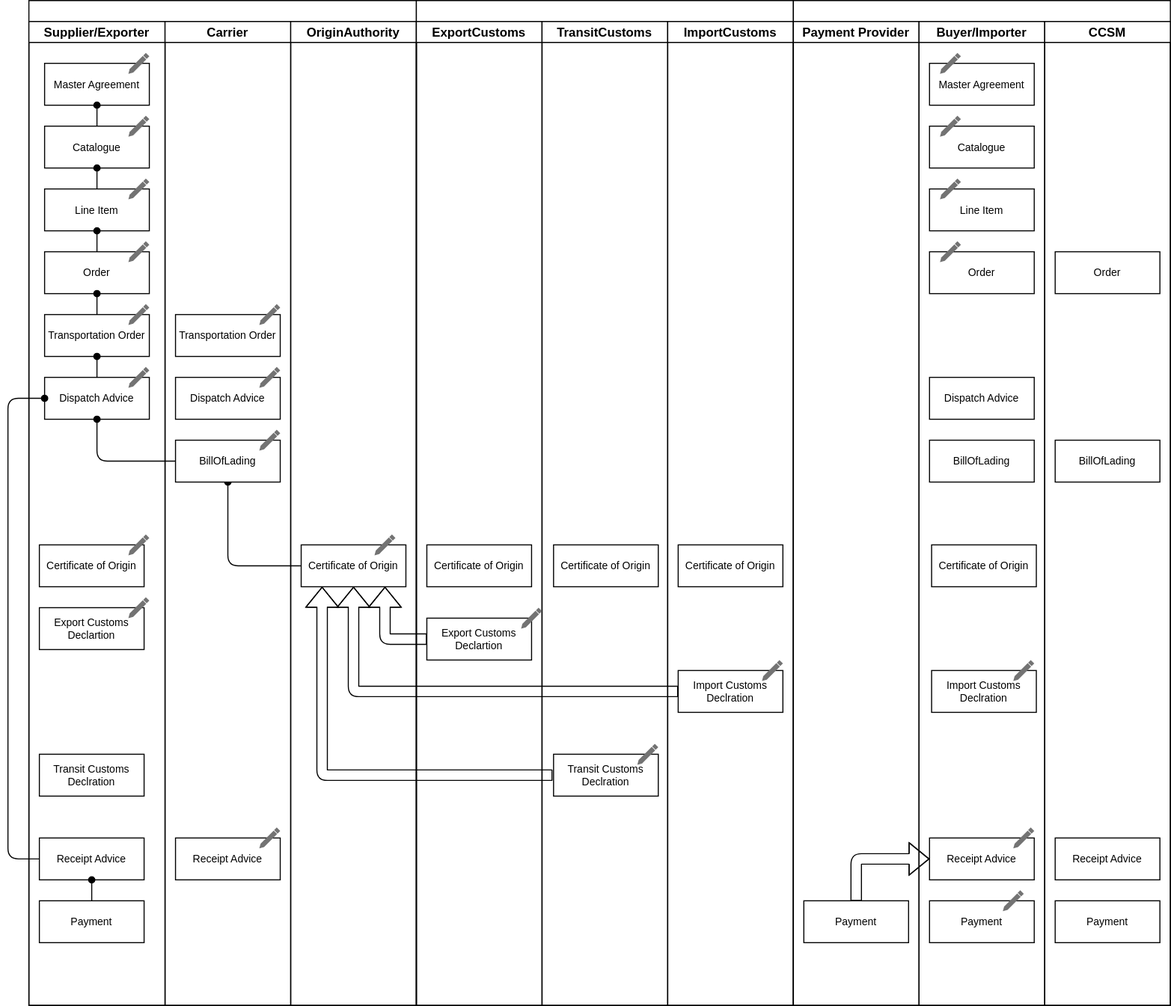
This is sequence.drawio.svg from mehranshakeri/BLIP1-diagrams, a draw.io export, as it was before one commit. Source tidied: cells renumbered, new cells last; positions are measured from the earlier drawing's top-left corner, leaving out a move shared by most shapes.
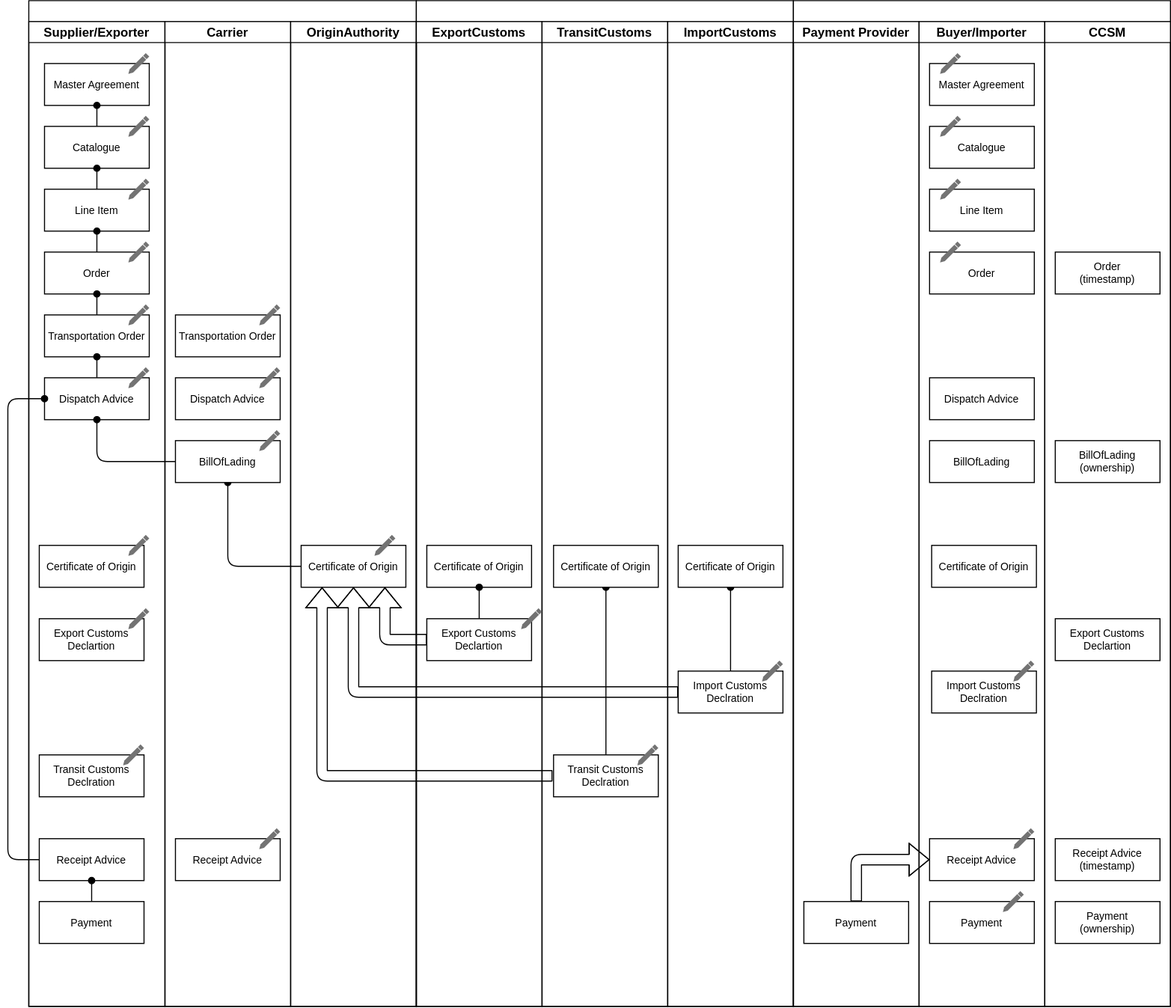
Later version of the same file.

Commit message:
Cleanup diagrams

What changed in the source:
```diff
@@ -2,15 +2,18 @@
   <root>
     <mxCell id="0" />
     <mxCell id="1" parent="0" />
+    <mxCell id="78" value="Transit Customs &#10;Declration" style="fontStyle=0;fontSize=10;" parent="1" vertex="1">
+      <mxGeometry x="30" y="720" width="100" height="40" as="geometry" />
+    </mxCell>
     <mxCell id="2" value="Import Customs &#10;Declration" style="fontStyle=0;fontSize=10;" parent="1" vertex="1">
       <mxGeometry x="882" y="640" width="100" height="40" as="geometry" />
     </mxCell>
+    <mxCell id="87" style="edgeStyle=none;html=1;exitX=0.5;exitY=0;exitDx=0;exitDy=0;entryX=0.5;entryY=1;entryDx=0;entryDy=0;endArrow=oval;endFill=1;" parent="1" edge="1" source="3" target="75">
+      <mxGeometry relative="1" as="geometry" />
+    </mxCell>
     <mxCell id="3" value="Transit Customs &#10;Declration" style="fontStyle=0;fontSize=10;" parent="1" vertex="1">
       <mxGeometry x="521" y="720" width="100" height="40" as="geometry" />
     </mxCell>
-    <mxCell id="4" value="Export Customs &#10;Declartion" style="fontStyle=0;fontSize=10;" parent="1" vertex="1">
-      <mxGeometry x="30" y="580" width="100" height="40" as="geometry" />
-    </mxCell>
     <mxCell id="5" value="Certificate of Origin" style="fontStyle=0;fontSize=10;" parent="1" vertex="1">
       <mxGeometry x="30" y="520" width="100" height="40" as="geometry" />
     </mxCell>
@@ -30,6 +33,9 @@
     <mxCell id="9" value="Supplier/Exporter" style="swimlane;startSize=20;" parent="8" vertex="1">
       <mxGeometry y="20" width="130" height="940" as="geometry" />
     </mxCell>
+    <mxCell id="4" value="Export Customs &#10;Declartion" style="fontStyle=0;fontSize=10;" parent="9" vertex="1">
+      <mxGeometry x="10" y="570" width="100" height="40" as="geometry" />
+    </mxCell>
     <mxCell id="10" value="Master Agreement" style="fontStyle=0;fontSize=10;" parent="9" vertex="1">
       <mxGeometry x="15" y="40" width="100" height="40" as="geometry" />
     </mxCell>
@@ -85,8 +91,11 @@
       <mxGeometry x="95" y="490" width="20" height="20" as="geometry" />
     </mxCell>
     <mxCell id="28" style="dashed=0;verticalLabelPosition=bottom;verticalAlign=top;align=center;shape=mxgraph.gmdl.edit;strokeColor=none;fillColor=#737373;shadow=0;fontSize=10;" parent="9" vertex="1">
-      <mxGeometry x="95" y="550" width="20" height="20" as="geometry" />
+      <mxGeometry x="95" y="560" width="20" height="20" as="geometry" />
     </mxCell>
+    <mxCell id="88" style="dashed=0;verticalLabelPosition=bottom;verticalAlign=top;align=center;shape=mxgraph.gmdl.edit;strokeColor=none;fillColor=#737373;shadow=0;fontSize=10;" parent="9" vertex="1">
+      <mxGeometry x="90" y="690" width="20" height="20" as="geometry" />
+    </mxCell>
     <mxCell id="29" value="Carrier" style="swimlane;startSize=20;" parent="8" vertex="1">
       <mxGeometry x="130" y="20" width="120" height="940" as="geometry" />
     </mxCell>
@@ -142,6 +151,9 @@
     <mxCell id="45" value="ImportCustoms" style="swimlane;startSize=20;" parent="41" vertex="1">
       <mxGeometry x="240" y="20" width="120" height="940" as="geometry" />
     </mxCell>
+    <mxCell id="89" style="edgeStyle=none;html=1;exitX=0.5;exitY=0;exitDx=0;exitDy=0;entryX=0.5;entryY=1;entryDx=0;entryDy=0;endArrow=oval;endFill=1;" parent="45" edge="1" source="46" target="47">
+      <mxGeometry relative="1" as="geometry" />
+    </mxCell>
     <mxCell id="46" value="Import Customs &#10;Declration" style="fontStyle=0;fontSize=10;" parent="45" vertex="1">
       <mxGeometry x="10" y="620" width="100" height="40" as="geometry" />
     </mxCell>
@@ -218,33 +230,36 @@
     <mxCell id="69" value="CCSM" style="swimlane;startSize=20;" parent="49" vertex="1">
       <mxGeometry x="240" y="20" width="120" height="940" as="geometry" />
     </mxCell>
-    <mxCell id="70" value="Order" style="fontStyle=0;fontSize=10;" parent="69" vertex="1">
+    <mxCell id="70" value="Order&#10;(timestamp)" style="fontStyle=0;fontSize=10;" parent="69" vertex="1">
       <mxGeometry x="10" y="220" width="100" height="40" as="geometry" />
     </mxCell>
-    <mxCell id="71" value="BillOfLading" style="fontStyle=0;fontSize=10;" parent="69" vertex="1">
+    <mxCell id="71" value="BillOfLading &#10;(ownership)" style="fontStyle=0;fontSize=10;" parent="69" vertex="1">
       <mxGeometry x="10" y="400" width="100" height="40" as="geometry" />
     </mxCell>
-    <mxCell id="72" value="Payment" style="fontStyle=0;fontSize=10;" parent="69" vertex="1">
+    <mxCell id="72" value="Payment&#10;(ownership)" style="fontStyle=0;fontSize=10;" parent="69" vertex="1">
       <mxGeometry x="10" y="840" width="100" height="40" as="geometry" />
     </mxCell>
-    <mxCell id="73" value="Receipt Advice" style="fontStyle=0;fontSize=10;" parent="69" vertex="1">
+    <mxCell id="73" value="Receipt Advice&#10;(timestamp)" style="fontStyle=0;fontSize=10;" parent="69" vertex="1">
       <mxGeometry x="10" y="780" width="100" height="40" as="geometry" />
     </mxCell>
+    <mxCell id="90" value="Export Customs &#10;Declartion" style="fontStyle=0;fontSize=10;" parent="69" vertex="1">
+      <mxGeometry x="10" y="570" width="100" height="40" as="geometry" />
+    </mxCell>
     <mxCell id="74" value="Certificate of Origin" style="fontStyle=0;fontSize=10;" parent="1" vertex="1">
       <mxGeometry x="400" y="520" width="100" height="40" as="geometry" />
     </mxCell>
     <mxCell id="75" value="Certificate of Origin" style="fontStyle=0;fontSize=10;" parent="1" vertex="1">
       <mxGeometry x="521" y="520" width="100" height="40" as="geometry" />
     </mxCell>
+    <mxCell id="91" style="edgeStyle=none;html=1;exitX=0.5;exitY=0;exitDx=0;exitDy=0;entryX=0.5;entryY=1;entryDx=0;entryDy=0;endArrow=oval;endFill=1;" parent="1" edge="1" source="76" target="74">
+      <mxGeometry relative="1" as="geometry" />
+    </mxCell>
     <mxCell id="76" value="Export Customs &#10;Declartion" style="fontStyle=0;fontSize=10;" parent="1" vertex="1">
       <mxGeometry x="400" y="590" width="100" height="40" as="geometry" />
     </mxCell>
     <mxCell id="77" value="Certificate of Origin" style="fontStyle=0;fontSize=10;" parent="1" vertex="1">
       <mxGeometry x="882" y="520" width="100" height="40" as="geometry" />
     </mxCell>
-    <mxCell id="78" value="Transit Customs &#10;Declration" style="fontStyle=0;fontSize=10;" parent="1" vertex="1">
-      <mxGeometry x="30" y="720" width="100" height="40" as="geometry" />
-    </mxCell>
     <mxCell id="79" style="edgeStyle=none;html=1;exitX=0;exitY=0.5;exitDx=0;exitDy=0;entryX=0;entryY=0.5;entryDx=0;entryDy=0;endArrow=oval;endFill=1;" parent="1" edge="1" source="80" target="20">
       <mxGeometry relative="1" as="geometry">
         <Array as="points">
```
